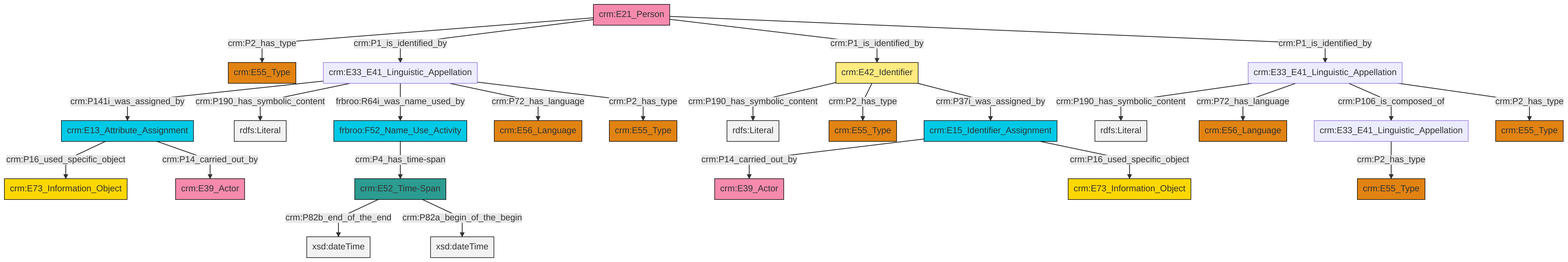
swiss-art-research-net/docs.swissartresearch keeps this Mermaid diagram as et/personCSV/ttl/mmd/png/Person_Names_and_Classification.png. Above is the earlier version. Its source is kept beside it as et/personCSV/ttl/mmd/Person_Names_and_Classification.ttl.mmd.
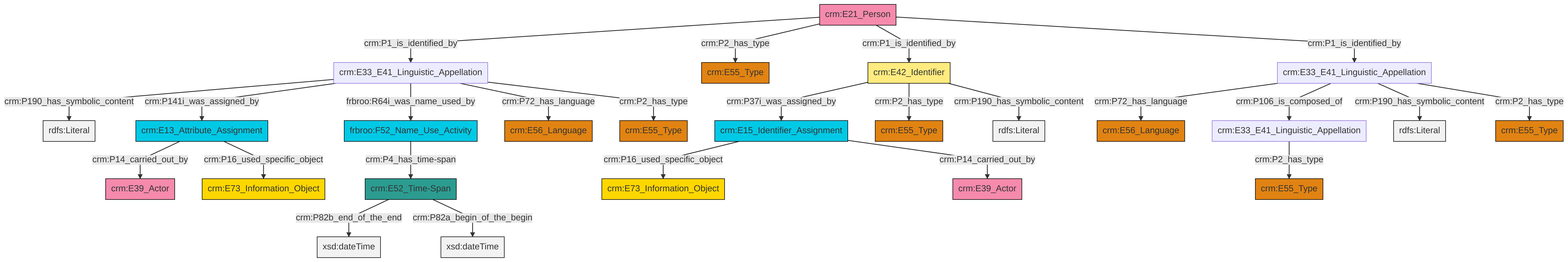
After the commit.

The edit, as a diff of the source:
```diff
@@ -13,27 +13,27 @@
 classDef PC_Classes fill:#4ce600, stroke:#000000;
 classDef Multi fill:#cccccc,stroke:#000000;
 
-2["crm:E15_Identifier_Assignment"]:::Temporal_Entity -->|crm:P14_carried_out_by| 3["crm:E39_Actor"]:::Actor
-6["crm:E33_E41_Linguistic_Appellation"]:::Default -->|crm:P190_has_symbolic_content| 7[rdfs:Literal]:::Literal
-2["crm:E15_Identifier_Assignment"]:::Temporal_Entity -->|crm:P16_used_specific_object| 8["crm:E73_Information_Object"]:::Conceptual_Object
-11["crm:E42_Identifier"]:::Appellation -->|crm:P190_has_symbolic_content| 12[rdfs:Literal]:::Literal
-16["crm:E33_E41_Linguistic_Appellation"]:::Default -->|crm:P141i_was_assigned_by| 17["crm:E13_Attribute_Assignment"]:::Temporal_Entity
-16["crm:E33_E41_Linguistic_Appellation"]:::Default -->|crm:P190_has_symbolic_content| 20[rdfs:Literal]:::Literal
-21["crm:E21_Person"]:::Actor -->|crm:P2_has_type| 22["crm:E55_Type"]:::Type
-14["crm:E52_Time-Span"]:::Time-Span -->|crm:P82b_end_of_the_end| 23[xsd:dateTime]:::Literal
-0["crm:E33_E41_Linguistic_Appellation"]:::Default -->|crm:P2_has_type| 25["crm:E55_Type"]:::Type
-21["crm:E21_Person"]:::Actor -->|crm:P1_is_identified_by| 16["crm:E33_E41_Linguistic_Appellation"]:::Default
-14["crm:E52_Time-Span"]:::Time-Span -->|crm:P82a_begin_of_the_begin| 32[xsd:dateTime]:::Literal
-21["crm:E21_Person"]:::Actor -->|crm:P1_is_identified_by| 11["crm:E42_Identifier"]:::Appellation
-11["crm:E42_Identifier"]:::Appellation -->|crm:P2_has_type| 30["crm:E55_Type"]:::Type
-17["crm:E13_Attribute_Assignment"]:::Temporal_Entity -->|crm:P16_used_specific_object| 4["crm:E73_Information_Object"]:::Conceptual_Object
-6["crm:E33_E41_Linguistic_Appellation"]:::Default -->|crm:P72_has_language| 35["crm:E56_Language"]:::Type
-17["crm:E13_Attribute_Assignment"]:::Temporal_Entity -->|crm:P14_carried_out_by| 33["crm:E39_Actor"]:::Actor
-16["crm:E33_E41_Linguistic_Appellation"]:::Default -->|frbroo:R64i_was_name_used_by| 37["frbroo:F52_Name_Use_Activity"]:::Temporal_Entity
-11["crm:E42_Identifier"]:::Appellation -->|crm:P37i_was_assigned_by| 2["crm:E15_Identifier_Assignment"]:::Temporal_Entity
-21["crm:E21_Person"]:::Actor -->|crm:P1_is_identified_by| 6["crm:E33_E41_Linguistic_Appellation"]:::Default
-16["crm:E33_E41_Linguistic_Appellation"]:::Default -->|crm:P72_has_language| 9["crm:E56_Language"]:::Type
-16["crm:E33_E41_Linguistic_Appellation"]:::Default -->|crm:P2_has_type| 28["crm:E55_Type"]:::Type
-6["crm:E33_E41_Linguistic_Appellation"]:::Default -->|crm:P106_is_composed_of| 0["crm:E33_E41_Linguistic_Appellation"]:::Default
-37["frbroo:F52_Name_Use_Activity"]:::Temporal_Entity -->|crm:P4_has_time-span| 14["crm:E52_Time-Span"]:::Time-Span
-6["crm:E33_E41_Linguistic_Appellation"]:::Default -->|crm:P2_has_type| 18["crm:E55_Type"]:::Type
+0["crm:E33_E41_Linguistic_Appellation"]:::Default -->|crm:P190_has_symbolic_content| 1[rdfs:Literal]:::Literal
+4["crm:E42_Identifier"]:::Appellation -->|crm:P37i_was_assigned_by| 5["crm:E15_Identifier_Assignment"]:::Temporal_Entity
+4["crm:E42_Identifier"]:::Appellation -->|crm:P2_has_type| 8["crm:E55_Type"]:::Type
+9["frbroo:F52_Name_Use_Activity"]:::Temporal_Entity -->|crm:P4_has_time-span| 2["crm:E52_Time-Span"]:::Time-Span
+12["crm:E33_E41_Linguistic_Appellation"]:::Default -->|crm:P72_has_language| 13["crm:E56_Language"]:::Type
+5["crm:E15_Identifier_Assignment"]:::Temporal_Entity -->|crm:P16_used_specific_object| 15["crm:E73_Information_Object"]:::Conceptual_Object
+10["crm:E13_Attribute_Assignment"]:::Temporal_Entity -->|crm:P14_carried_out_by| 25["crm:E39_Actor"]:::Actor
+2["crm:E52_Time-Span"]:::Time-Span -->|crm:P82b_end_of_the_end| 26[xsd:dateTime]:::Literal
+27["crm:E21_Person"]:::Actor -->|crm:P1_is_identified_by| 0["crm:E33_E41_Linguistic_Appellation"]:::Default
+12["crm:E33_E41_Linguistic_Appellation"]:::Default -->|crm:P106_is_composed_of| 22["crm:E33_E41_Linguistic_Appellation"]:::Default
+27["crm:E21_Person"]:::Actor -->|crm:P2_has_type| 18["crm:E55_Type"]:::Type
+0["crm:E33_E41_Linguistic_Appellation"]:::Default -->|crm:P141i_was_assigned_by| 10["crm:E13_Attribute_Assignment"]:::Temporal_Entity
+12["crm:E33_E41_Linguistic_Appellation"]:::Default -->|crm:P190_has_symbolic_content| 29[rdfs:Literal]:::Literal
+27["crm:E21_Person"]:::Actor -->|crm:P1_is_identified_by| 4["crm:E42_Identifier"]:::Appellation
+12["crm:E33_E41_Linguistic_Appellation"]:::Default -->|crm:P2_has_type| 20["crm:E55_Type"]:::Type
+10["crm:E13_Attribute_Assignment"]:::Temporal_Entity -->|crm:P16_used_specific_object| 36["crm:E73_Information_Object"]:::Conceptual_Object
+0["crm:E33_E41_Linguistic_Appellation"]:::Default -->|frbroo:R64i_was_name_used_by| 9["frbroo:F52_Name_Use_Activity"]:::Temporal_Entity
+2["crm:E52_Time-Span"]:::Time-Span -->|crm:P82a_begin_of_the_begin| 39[xsd:dateTime]:::Literal
+0["crm:E33_E41_Linguistic_Appellation"]:::Default -->|crm:P72_has_language| 32["crm:E56_Language"]:::Type
+4["crm:E42_Identifier"]:::Appellation -->|crm:P190_has_symbolic_content| 43[rdfs:Literal]:::Literal
+5["crm:E15_Identifier_Assignment"]:::Temporal_Entity -->|crm:P14_carried_out_by| 44["crm:E39_Actor"]:::Actor
+22["crm:E33_E41_Linguistic_Appellation"]:::Default -->|crm:P2_has_type| 6["crm:E55_Type"]:::Type
+0["crm:E33_E41_Linguistic_Appellation"]:::Default -->|crm:P2_has_type| 37["crm:E55_Type"]:::Type
+27["crm:E21_Person"]:::Actor -->|crm:P1_is_identified_by| 12["crm:E33_E41_Linguistic_Appellation"]:::Default
```
